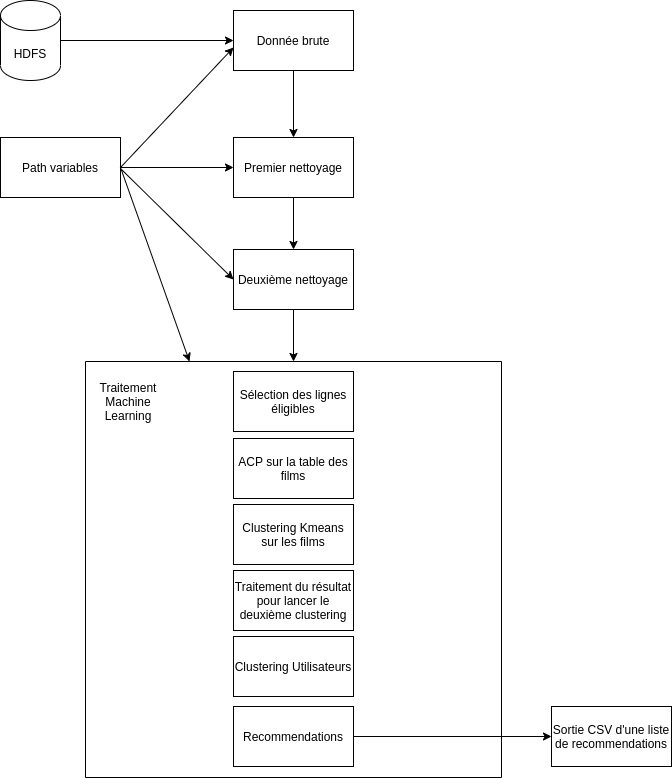
Koorg1996/filrouge keeps this draw.io diagram as pieces_a_rendre/doc_architecture/Architecture ml.png. Above is the earlier version. Source tidied: cells renumbered, new cells last; positions are measured from the earlier drawing's top-left corner, leaving out a move shared by most shapes. Its diagram source:
```xml
<mxGraphModel>
  <root>
    <mxCell id="0" />
    <mxCell id="1" parent="0" />
    <mxCell id="2" value="Donnée brute" style="rounded=0;whiteSpace=wrap;html=1;" parent="1" vertex="1">
      <mxGeometry x="233" y="10" width="120" height="60" as="geometry" />
    </mxCell>
    <mxCell id="3" value="Premier nettoyage" style="rounded=0;whiteSpace=wrap;html=1;" parent="1" vertex="1">
      <mxGeometry x="233" y="137" width="120" height="60" as="geometry" />
    </mxCell>
    <mxCell id="4" value="Deuxième nettoyage" style="rounded=0;whiteSpace=wrap;html=1;" parent="1" vertex="1">
      <mxGeometry x="233" y="249" width="120" height="60" as="geometry" />
    </mxCell>
    <mxCell id="5" value="Path variables" style="rounded=0;whiteSpace=wrap;html=1;" parent="1" vertex="1">
      <mxGeometry y="137" width="120" height="60" as="geometry" />
    </mxCell>
    <mxCell id="6" value="HDFS" style="shape=cylinder3;whiteSpace=wrap;html=1;boundedLbl=1;backgroundOutline=1;size=15;" parent="1" vertex="1">
      <mxGeometry width="60" height="80" as="geometry" />
    </mxCell>
    <mxCell id="7" style="endArrow=classic;html=1;exitX=1;exitY=0.5;exitDx=0;exitDy=0;exitPerimeter=0;entryX=0;entryY=0.5;entryDx=0;entryDy=0;" parent="1" edge="1" source="6" target="2">
      <mxGeometry relative="1" as="geometry" />
    </mxCell>
    <mxCell id="8" style="endArrow=classic;html=1;exitX=1;exitY=0.5;exitDx=0;exitDy=0;entryX=0;entryY=0.617;entryDx=0;entryDy=0;entryPerimeter=0;" parent="1" edge="1" source="5" target="2">
      <mxGeometry relative="1" as="geometry" />
    </mxCell>
    <mxCell id="9" style="endArrow=classic;html=1;exitX=1;exitY=0.5;exitDx=0;exitDy=0;entryX=0;entryY=0.5;entryDx=0;entryDy=0;" parent="1" edge="1" source="5" target="3">
      <mxGeometry relative="1" as="geometry" />
    </mxCell>
    <mxCell id="10" style="endArrow=classic;html=1;entryX=0;entryY=0.5;entryDx=0;entryDy=0;" parent="1" edge="1" target="4">
      <mxGeometry relative="1" as="geometry">
        <mxPoint x="121" y="169" as="sourcePoint" />
      </mxGeometry>
    </mxCell>
    <mxCell id="11" style="endArrow=classic;html=1;exitX=1;exitY=0.5;exitDx=0;exitDy=0;entryX=0;entryY=0.75;entryDx=0;entryDy=0;" parent="1" edge="1" source="5" target="12">
      <mxGeometry relative="1" as="geometry" />
    </mxCell>
    <mxCell id="12" style="whiteSpace=wrap;html=1;direction=south;" parent="1" vertex="1">
      <mxGeometry x="85" y="361" width="416" height="416" as="geometry" />
    </mxCell>
    <mxCell id="13" value="Sélection des lignes éligibles" style="rounded=0;whiteSpace=wrap;html=1;" parent="1" vertex="1">
      <mxGeometry x="233" y="371" width="120" height="60" as="geometry" />
    </mxCell>
    <mxCell id="14" style="endArrow=classic;html=1;exitX=0.5;exitY=1;exitDx=0;exitDy=0;entryX=0;entryY=0.5;entryDx=0;entryDy=0;" parent="1" edge="1" source="4" target="12">
      <mxGeometry relative="1" as="geometry" />
    </mxCell>
    <mxCell id="15" value="ACP sur la table des films" style="rounded=0;whiteSpace=wrap;html=1;" parent="1" vertex="1">
      <mxGeometry x="233" y="438" width="120" height="60" as="geometry" />
    </mxCell>
    <mxCell id="16" value="Traitement Machine Learning" style="text;html=1;strokeColor=none;fillColor=none;align=center;verticalAlign=middle;whiteSpace=wrap;rounded=0;" parent="1" vertex="1">
      <mxGeometry x="108" y="391" width="40" height="20" as="geometry" />
    </mxCell>
    <mxCell id="17" style="endArrow=classic;html=1;exitX=0.5;exitY=1;exitDx=0;exitDy=0;entryX=0.5;entryY=0;entryDx=0;entryDy=0;" parent="1" edge="1" source="2" target="3">
      <mxGeometry relative="1" as="geometry" />
    </mxCell>
    <mxCell id="18" style="endArrow=classic;html=1;exitX=0.5;exitY=1;exitDx=0;exitDy=0;entryX=0.5;entryY=0;entryDx=0;entryDy=0;" parent="1" edge="1" source="3" target="4">
      <mxGeometry relative="1" as="geometry" />
    </mxCell>
    <mxCell id="19" value="Clustering Kmeans sur les films" style="rounded=0;whiteSpace=wrap;html=1;" parent="1" vertex="1">
      <mxGeometry x="233" y="504" width="120" height="60" as="geometry" />
    </mxCell>
    <mxCell id="20" value="Traitement du résultat pour lancer le deuxième clustering" style="rounded=0;whiteSpace=wrap;html=1;" parent="1" vertex="1">
      <mxGeometry x="233" y="570" width="120" height="60" as="geometry" />
    </mxCell>
    <mxCell id="21" value="Clustering Utilisateurs" style="rounded=0;whiteSpace=wrap;html=1;" parent="1" vertex="1">
      <mxGeometry x="233" y="636" width="120" height="60" as="geometry" />
    </mxCell>
    <mxCell id="22" value="Recommendations" style="rounded=0;whiteSpace=wrap;html=1;" parent="1" vertex="1">
      <mxGeometry x="233" y="706" width="120" height="60" as="geometry" />
    </mxCell>
    <mxCell id="23" style="endArrow=classic;html=1;exitX=1;exitY=0.5;exitDx=0;exitDy=0;entryX=0;entryY=0.5;entryDx=0;entryDy=0;" parent="1" edge="1" source="22" target="24">
      <mxGeometry relative="1" as="geometry" />
    </mxCell>
    <mxCell id="24" value="Sortie CSV d'une liste de recommendations" style="rounded=0;whiteSpace=wrap;html=1;" parent="1" vertex="1">
      <mxGeometry x="551" y="706" width="120" height="60" as="geometry" />
    </mxCell>
  </root>
</mxGraphModel>
```
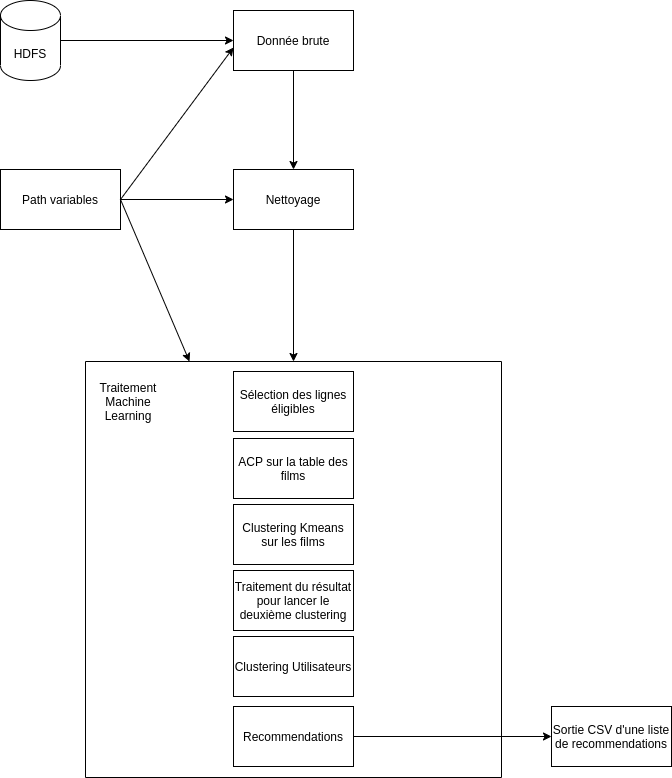
After the change.

Diff of the diagram source:
```diff
@@ -5,14 +5,11 @@
     <mxCell id="2" value="Donnée brute" style="rounded=0;whiteSpace=wrap;html=1;" parent="1" vertex="1">
       <mxGeometry x="233" y="10" width="120" height="60" as="geometry" />
     </mxCell>
-    <mxCell id="3" value="Premier nettoyage" style="rounded=0;whiteSpace=wrap;html=1;" parent="1" vertex="1">
-      <mxGeometry x="233" y="137" width="120" height="60" as="geometry" />
+    <mxCell id="3" value="Nettoyage" style="rounded=0;whiteSpace=wrap;html=1;" parent="1" vertex="1">
+      <mxGeometry x="233" y="169" width="120" height="60" as="geometry" />
     </mxCell>
-    <mxCell id="4" value="Deuxième nettoyage" style="rounded=0;whiteSpace=wrap;html=1;" parent="1" vertex="1">
-      <mxGeometry x="233" y="249" width="120" height="60" as="geometry" />
-    </mxCell>
     <mxCell id="5" value="Path variables" style="rounded=0;whiteSpace=wrap;html=1;" parent="1" vertex="1">
-      <mxGeometry y="137" width="120" height="60" as="geometry" />
+      <mxGeometry y="169" width="120" height="60" as="geometry" />
     </mxCell>
     <mxCell id="6" value="HDFS" style="shape=cylinder3;whiteSpace=wrap;html=1;boundedLbl=1;backgroundOutline=1;size=15;" parent="1" vertex="1">
       <mxGeometry width="60" height="80" as="geometry" />
@@ -26,11 +23,6 @@
     <mxCell id="9" style="endArrow=classic;html=1;exitX=1;exitY=0.5;exitDx=0;exitDy=0;entryX=0;entryY=0.5;entryDx=0;entryDy=0;" parent="1" edge="1" source="5" target="3">
       <mxGeometry relative="1" as="geometry" />
     </mxCell>
-    <mxCell id="10" style="endArrow=classic;html=1;entryX=0;entryY=0.5;entryDx=0;entryDy=0;" parent="1" edge="1" target="4">
-      <mxGeometry relative="1" as="geometry">
-        <mxPoint x="121" y="169" as="sourcePoint" />
-      </mxGeometry>
-    </mxCell>
     <mxCell id="11" style="endArrow=classic;html=1;exitX=1;exitY=0.5;exitDx=0;exitDy=0;entryX=0;entryY=0.75;entryDx=0;entryDy=0;" parent="1" edge="1" source="5" target="12">
       <mxGeometry relative="1" as="geometry" />
     </mxCell>
@@ -40,9 +32,6 @@
     <mxCell id="13" value="Sélection des lignes éligibles" style="rounded=0;whiteSpace=wrap;html=1;" parent="1" vertex="1">
       <mxGeometry x="233" y="371" width="120" height="60" as="geometry" />
     </mxCell>
-    <mxCell id="14" style="endArrow=classic;html=1;exitX=0.5;exitY=1;exitDx=0;exitDy=0;entryX=0;entryY=0.5;entryDx=0;entryDy=0;" parent="1" edge="1" source="4" target="12">
-      <mxGeometry relative="1" as="geometry" />
-    </mxCell>
     <mxCell id="15" value="ACP sur la table des films" style="rounded=0;whiteSpace=wrap;html=1;" parent="1" vertex="1">
       <mxGeometry x="233" y="438" width="120" height="60" as="geometry" />
     </mxCell>
@@ -52,8 +41,10 @@
     <mxCell id="17" style="endArrow=classic;html=1;exitX=0.5;exitY=1;exitDx=0;exitDy=0;entryX=0.5;entryY=0;entryDx=0;entryDy=0;" parent="1" edge="1" source="2" target="3">
       <mxGeometry relative="1" as="geometry" />
     </mxCell>
-    <mxCell id="18" style="endArrow=classic;html=1;exitX=0.5;exitY=1;exitDx=0;exitDy=0;entryX=0.5;entryY=0;entryDx=0;entryDy=0;" parent="1" edge="1" source="3" target="4">
-      <mxGeometry relative="1" as="geometry" />
+    <mxCell id="18" style="endArrow=classic;html=1;exitX=0.5;exitY=1;exitDx=0;exitDy=0;" parent="1" edge="1" source="3">
+      <mxGeometry relative="1" as="geometry">
+        <mxPoint x="293" y="361" as="targetPoint" />
+      </mxGeometry>
     </mxCell>
     <mxCell id="19" value="Clustering Kmeans sur les films" style="rounded=0;whiteSpace=wrap;html=1;" parent="1" vertex="1">
       <mxGeometry x="233" y="504" width="120" height="60" as="geometry" />
```
